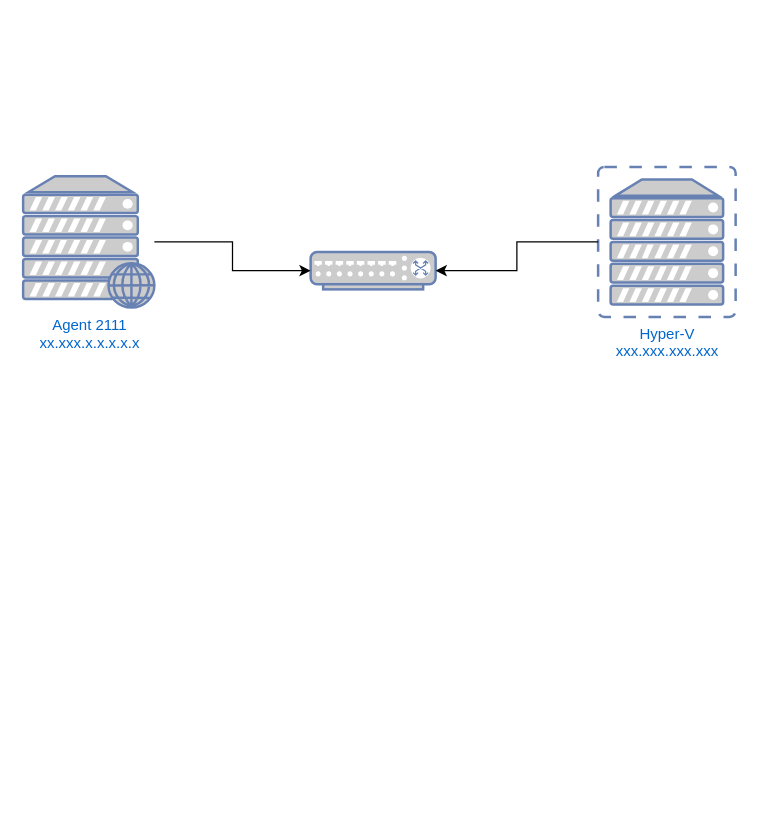
The draw.io diagram CarteduReseau.drawio in CharifMah/AbstergoAnimus, before the edit. Source tidied: cells renumbered, new cells numbered last; positions are measured from the earlier drawing's top-left corner, leaving out a move shared by most shapes. Both pictures are drawn from the tidied source at 125%, with x=0, y=0 at pixel (22, 166).
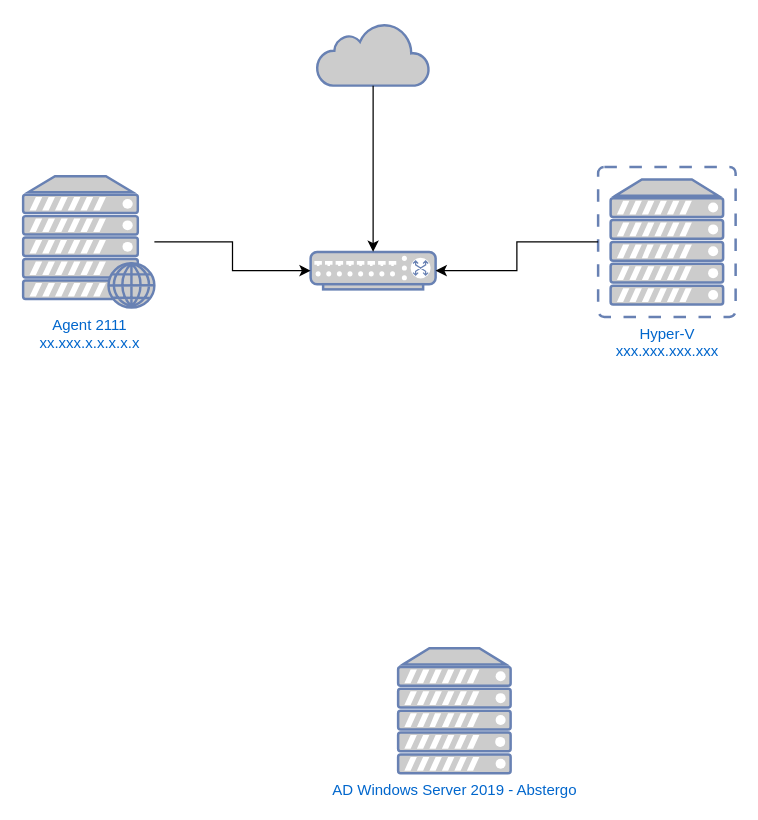
Above is the later version.

Change to the diagram source:
```diff
@@
 <mxGraphModel>
   <root>
     <mxCell id="0" />
     <mxCell id="1" parent="0" />
     <mxCell id="2" value="Hyper-V&lt;br&gt;xxx.xxx.xxx.xxx" style="fontColor=#0066CC;verticalAlign=top;verticalLabelPosition=bottom;labelPosition=center;align=center;html=1;outlineConnect=0;fillColor=#CCCCCC;strokeColor=#6881B3;gradientColor=none;gradientDirection=north;strokeWidth=2;shape=mxgraph.networks.virtual_server;" parent="1" vertex="1">
       <mxGeometry x="460" width="110" height="120" as="geometry" />
     </mxCell>
     <mxCell id="3" value="Agent 2111&lt;br&gt;xx.xxx.x.x.x.x.x" style="fontColor=#0066CC;verticalAlign=top;verticalLabelPosition=bottom;labelPosition=center;align=center;html=1;outlineConnect=0;fillColor=#CCCCCC;strokeColor=#6881B3;gradientColor=none;gradientDirection=north;strokeWidth=2;shape=mxgraph.networks.web_server;" parent="1" vertex="1">
       <mxGeometry y="7.5" width="105" height="105" as="geometry" />
     </mxCell>
     <mxCell id="4" style="fontColor=#0066CC;verticalAlign=top;verticalLabelPosition=bottom;labelPosition=center;align=center;html=1;outlineConnect=0;fillColor=#CCCCCC;strokeColor=#6881B3;gradientColor=none;gradientDirection=north;strokeWidth=2;shape=mxgraph.networks.switch;" parent="1" vertex="1">
       <mxGeometry x="230" y="68" width="100" height="30" as="geometry" />
     </mxCell>
     <mxCell id="5" style="edgeStyle=orthogonalEdgeStyle;rounded=0;jettySize=auto;html=1;entryX=1;entryY=0.5;entryDx=0;entryDy=0;entryPerimeter=0;" parent="1" edge="1" source="2" target="4">
       <mxGeometry relative="1" as="geometry" />
     </mxCell>
     <mxCell id="6" style="edgeStyle=orthogonalEdgeStyle;rounded=0;jettySize=auto;html=1;entryX=0;entryY=0.5;entryDx=0;entryDy=0;entryPerimeter=0;" parent="1" edge="1" source="3" target="4">
       <mxGeometry relative="1" as="geometry" />
     </mxCell>
+    <mxCell id="7" style="html=1;outlineConnect=0;fillColor=#CCCCCC;strokeColor=#6881B3;gradientColor=none;gradientDirection=north;strokeWidth=2;shape=mxgraph.networks.cloud;fontColor=#ffffff;" parent="1" vertex="1">
+      <mxGeometry x="235" y="-115" width="90" height="50" as="geometry" />
+    </mxCell>
+    <mxCell id="8" style="edgeStyle=orthogonalEdgeStyle;rounded=0;jettySize=auto;html=1;entryX=0.5;entryY=0;entryDx=0;entryDy=0;entryPerimeter=0;" parent="1" edge="1" source="7" target="4">
+      <mxGeometry relative="1" as="geometry" />
+    </mxCell>
+    <mxCell id="9" value="AD Windows Server 2019 - Abstergo" style="fontColor=#0066CC;verticalAlign=top;verticalLabelPosition=bottom;labelPosition=center;align=center;html=1;fillColor=#CCCCCC;strokeColor=#6881B3;gradientColor=none;gradientDirection=north;strokeWidth=2;shape=mxgraph.networks.server;" parent="1" vertex="1">
+      <mxGeometry x="300" y="385" width="90" height="100" as="geometry" />
+    </mxCell>
   </root>
 </mxGraphModel>
```
